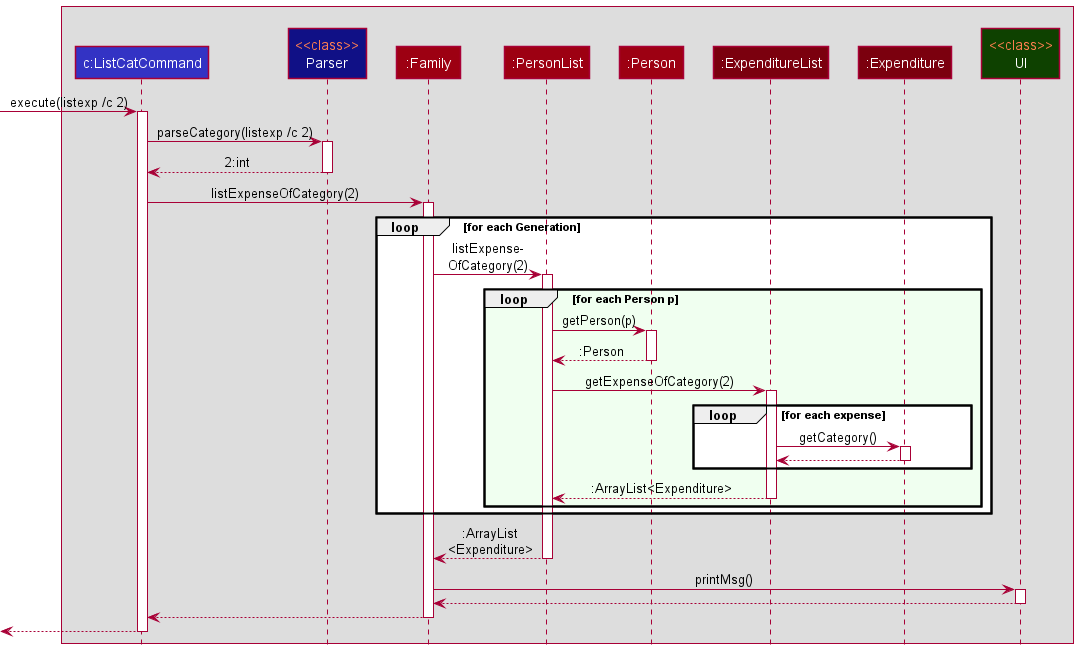
Above: docs/images/ListCategorisedExpenseSequence.png in nus-cs2113-AY2122S2/tp (PlantUML), before the change. Its diagram source:
```plantuml
@startuml
!include style.puml

box " "
    participant "c:ListCatCommand" as Commands LOGIC_COLOR
    participant "<color:coral><<class>>\nParser" as Parser LOGIC_COLOR_T4
    participant ":Family" as Family MODEL_COLOR
    participant ":PersonList" as PList MODEL_COLOR
    participant ":Person" as Person MODEL_COLOR
    participant ":ExpenditureList" as MList MODEL_COLOR_T3
    participant ":Expenditure" as Money MODEL_COLOR_T3
    participant "<color:coral><<class>>\nUI" as UI UI_COLOR_T4
end box

[-> Commands : execute(listexp /c 2)
activate Commands

Commands -> Parser : parseCategory(listexp /c 2)
activate Parser
Parser --> Commands : 2:int
deactivate Parser


Commands -> Family : listExpenseOfCategory(2)
activate Family

loop for each Generation
    Family -> PList : listExpense-\nOfCategory(2)
    activate PList

    loop #honeydew for each Person p
        PList -> Person : getPerson(p)
        activate Person
        Person --> PList : :Person
        deactivate Person

        PList -> MList : getExpenseOfCategory(2)
        activate MList

        loop for each expense
            MList -> Money : getCategory()
            activate Money
            Money --> MList
            deactivate Money
        end

        MList --> PList : :ArrayList<Expenditure>
        deactivate MList
    end
end

PList --> Family : :ArrayList\n<Expenditure>
deactivate PList

Family -> UI : printMsg()
activate UI
UI --> Family
deactivate UI

Family --> Commands
deactivate Family

[<--Commands
deactivate Commands
@enduml
```
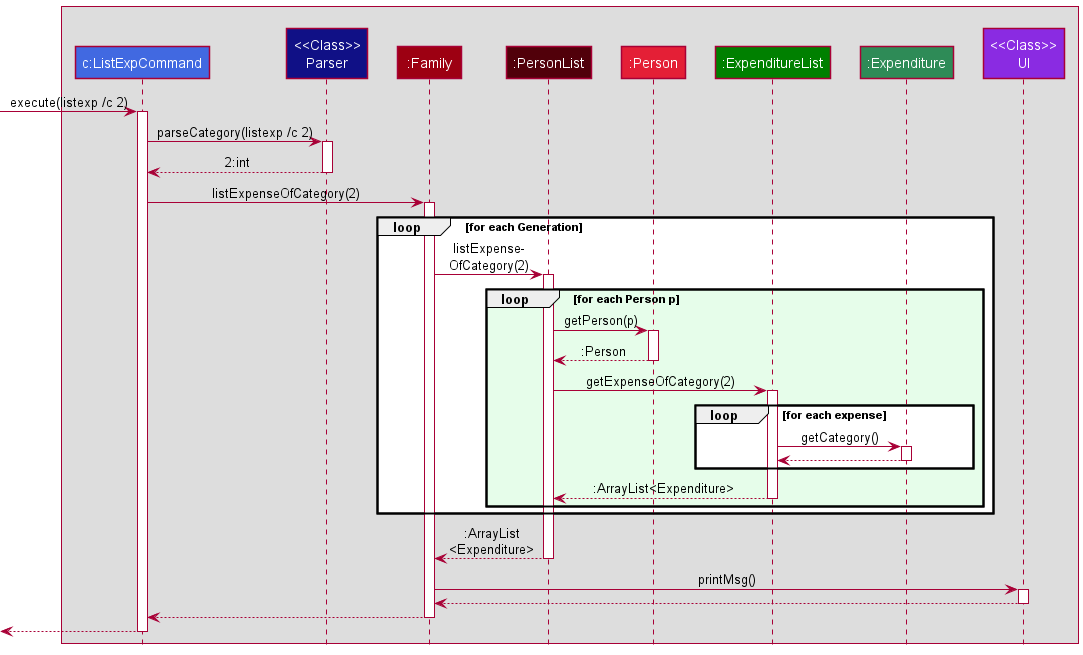
Later version of the same file.

The edit, as a diff of the source:
```diff
@@ -2,14 +2,14 @@
 !include style.puml
 
 box " "
-    participant "c:ListCatCommand" as Commands LOGIC_COLOR
-    participant "<color:coral><<class>>\nParser" as Parser LOGIC_COLOR_T4
+    participant "c:ListExpCommand" as Commands COMMAND_COLOR_T1
+    participant "<<Class>>\nParser" as Parser LOGIC_COLOR
     participant ":Family" as Family MODEL_COLOR
-    participant ":PersonList" as PList MODEL_COLOR
-    participant ":Person" as Person MODEL_COLOR
-    participant ":ExpenditureList" as MList MODEL_COLOR_T3
-    participant ":Expenditure" as Money MODEL_COLOR_T3
-    participant "<color:coral><<class>>\nUI" as UI UI_COLOR_T4
+    participant ":PersonList" as PList MODEL_COLOR_T3
+    participant ":Person" as Person MODEL_COLOR_T2
+    participant ":ExpenditureList" as MList MONEY_COLOR
+    participant ":Expenditure" as Money MONEY_COLOR_T1
+    participant "<<Class>>\nUI" as UI UI_COLOR
 end box
 
 [-> Commands : execute(listexp /c 2)
@@ -28,7 +28,7 @@
     Family -> PList : listExpense-\nOfCategory(2)
     activate PList
 
-    loop #honeydew for each Person p
+    loop LOOP_COLOR for each Person p
         PList -> Person : getPerson(p)
         activate Person
         Person --> PList : :Person
```
